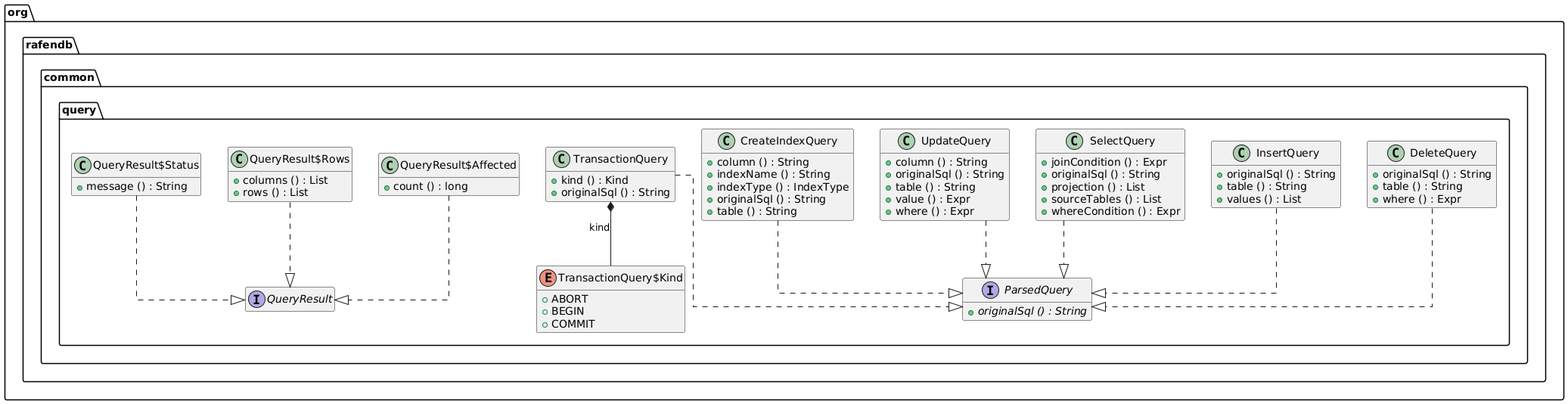
m-akma1/rafendb keeps this PlantUML diagram as docs/generated/common/common-query.png. Above is the earlier version. Its source is kept beside it as docs/generated/common/common-query.puml. The source it was exported from:
```plantuml
@startuml

set namespaceSeparator .
hide empty members
skinparam linetype ortho


class org.rafendb.common.query.CreateIndexQuery {
	{method} +column () : String
	{method} +indexName () : String
	{method} +indexType () : IndexType
	{method} +originalSql () : String
	{method} +table () : String
}


class org.rafendb.common.query.DeleteQuery {
	{method} +originalSql () : String
	{method} +table () : String
	{method} +where () : Expr
}


class org.rafendb.common.query.InsertQuery {
	{method} +originalSql () : String
	{method} +table () : String
	{method} +values () : List
}


interface org.rafendb.common.query.ParsedQuery {
	{method}  {abstract} +originalSql () : String
}


interface org.rafendb.common.query.QueryResult {
}


class org.rafendb.common.query.QueryResult$Affected {
	{method} +count () : long
}


class org.rafendb.common.query.QueryResult$Rows {
	{method} +columns () : List
	{method} +rows () : List
}


class org.rafendb.common.query.QueryResult$Status {
	{method} +message () : String
}


class org.rafendb.common.query.SelectQuery {
	{method} +joinCondition () : Expr
	{method} +originalSql () : String
	{method} +projection () : List
	{method} +sourceTables () : List
	{method} +whereCondition () : Expr
}


class org.rafendb.common.query.TransactionQuery {
	{method} +kind () : Kind
	{method} +originalSql () : String
}


enum org.rafendb.common.query.TransactionQuery$Kind {
	{field} +ABORT
	{field} +BEGIN
	{field} +COMMIT
}


class org.rafendb.common.query.UpdateQuery {
	{method} +column () : String
	{method} +originalSql () : String
	{method} +table () : String
	{method} +value () : Expr
	{method} +where () : Expr
}




org.rafendb.common.query.CreateIndexQuery ..|>  org.rafendb.common.query.ParsedQuery
org.rafendb.common.query.DeleteQuery ..|>  org.rafendb.common.query.ParsedQuery
org.rafendb.common.query.InsertQuery ..|>  org.rafendb.common.query.ParsedQuery
org.rafendb.common.query.QueryResult$Affected ..|>  org.rafendb.common.query.QueryResult
org.rafendb.common.query.QueryResult$Rows ..|>  org.rafendb.common.query.QueryResult
org.rafendb.common.query.QueryResult$Status ..|>  org.rafendb.common.query.QueryResult
org.rafendb.common.query.SelectQuery ..|>  org.rafendb.common.query.ParsedQuery
org.rafendb.common.query.TransactionQuery *--  org.rafendb.common.query.TransactionQuery$Kind : kind
org.rafendb.common.query.TransactionQuery ..|>  org.rafendb.common.query.ParsedQuery
org.rafendb.common.query.UpdateQuery ..|>  org.rafendb.common.query.ParsedQuery


@enduml
```
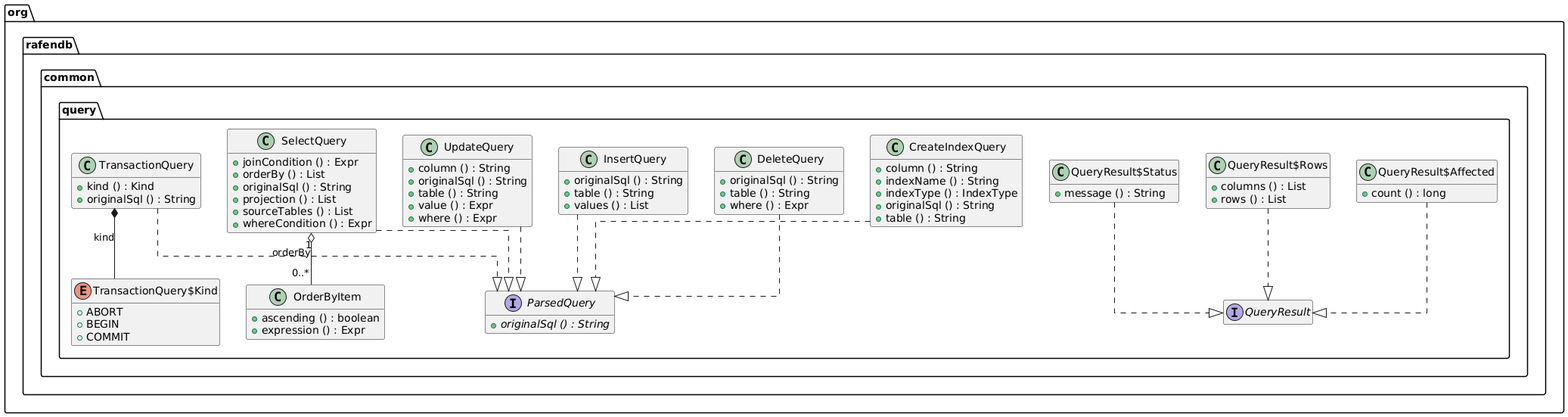
Above is the later version.

Diff of the diagram source:
```diff
@@ -28,6 +28,12 @@
 }
 
 
+class org.rafendb.common.query.OrderByItem {
+	{method} +ascending () : boolean
+	{method} +expression () : Expr
+}
+
+
 interface org.rafendb.common.query.ParsedQuery {
 	{method}  {abstract} +originalSql () : String
 }
@@ -55,6 +61,7 @@
 
 class org.rafendb.common.query.SelectQuery {
 	{method} +joinCondition () : Expr
+	{method} +orderBy () : List
 	{method} +originalSql () : String
 	{method} +projection () : List
 	{method} +sourceTables () : List
@@ -92,6 +99,7 @@
 org.rafendb.common.query.QueryResult$Affected ..|>  org.rafendb.common.query.QueryResult
 org.rafendb.common.query.QueryResult$Rows ..|>  org.rafendb.common.query.QueryResult
 org.rafendb.common.query.QueryResult$Status ..|>  org.rafendb.common.query.QueryResult
+org.rafendb.common.query.SelectQuery "1" o-- "0..*"  org.rafendb.common.query.OrderByItem : orderBy
 org.rafendb.common.query.SelectQuery ..|>  org.rafendb.common.query.ParsedQuery
 org.rafendb.common.query.TransactionQuery *--  org.rafendb.common.query.TransactionQuery$Kind : kind
 org.rafendb.common.query.TransactionQuery ..|>  org.rafendb.common.query.ParsedQuery
```
